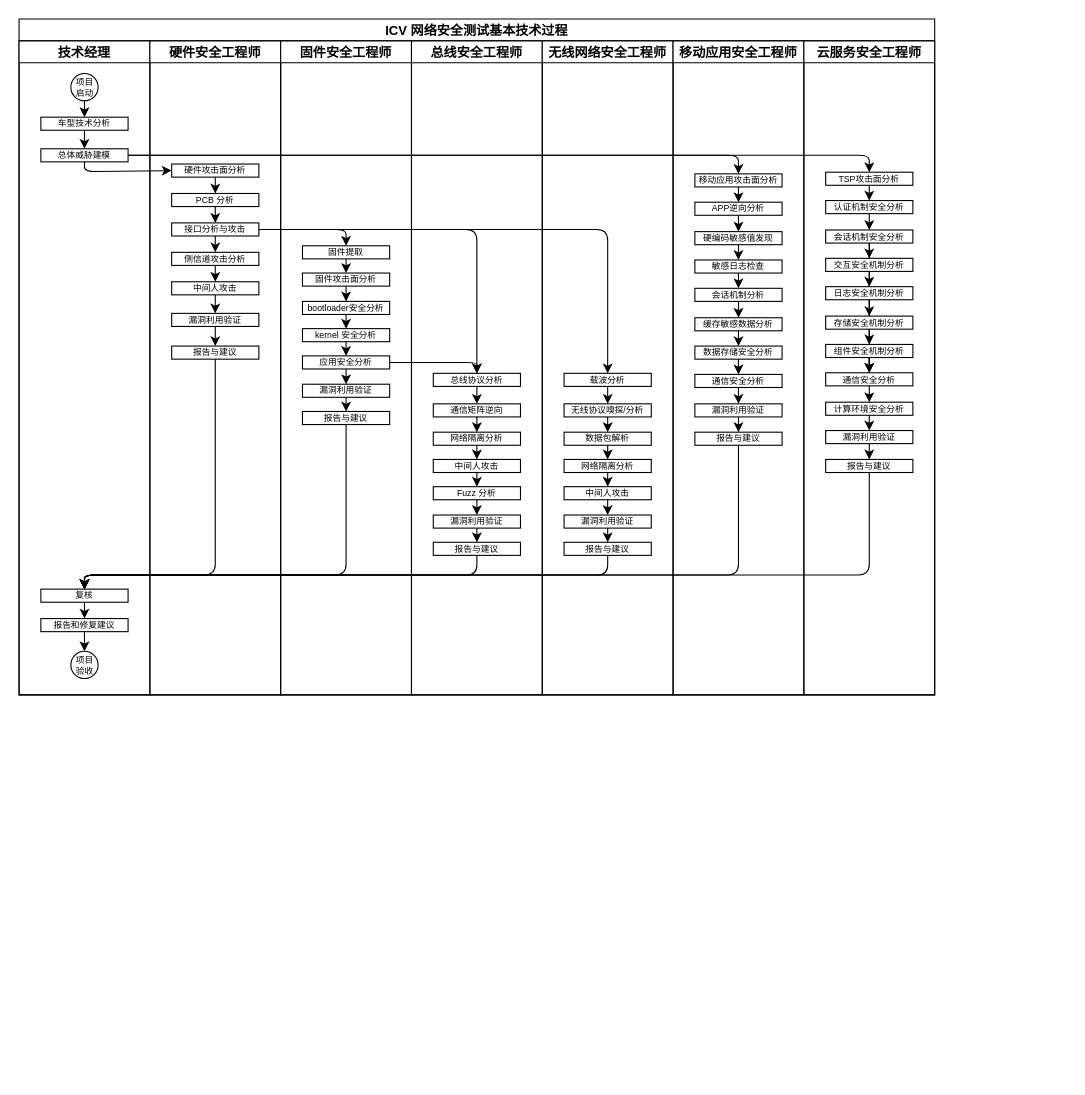
Above: courses/icv/lectures/作图/安全测试流程.drawio in hhhparty/security (draw.io), before the change. Source tidied: cells renumbered, new cells numbered last; positions are measured from the earlier drawing's top-left corner, leaving out a move shared by most shapes. Both pictures are drawn from the tidied source at 109%, with x=0, y=0 at pixel (19, 19).
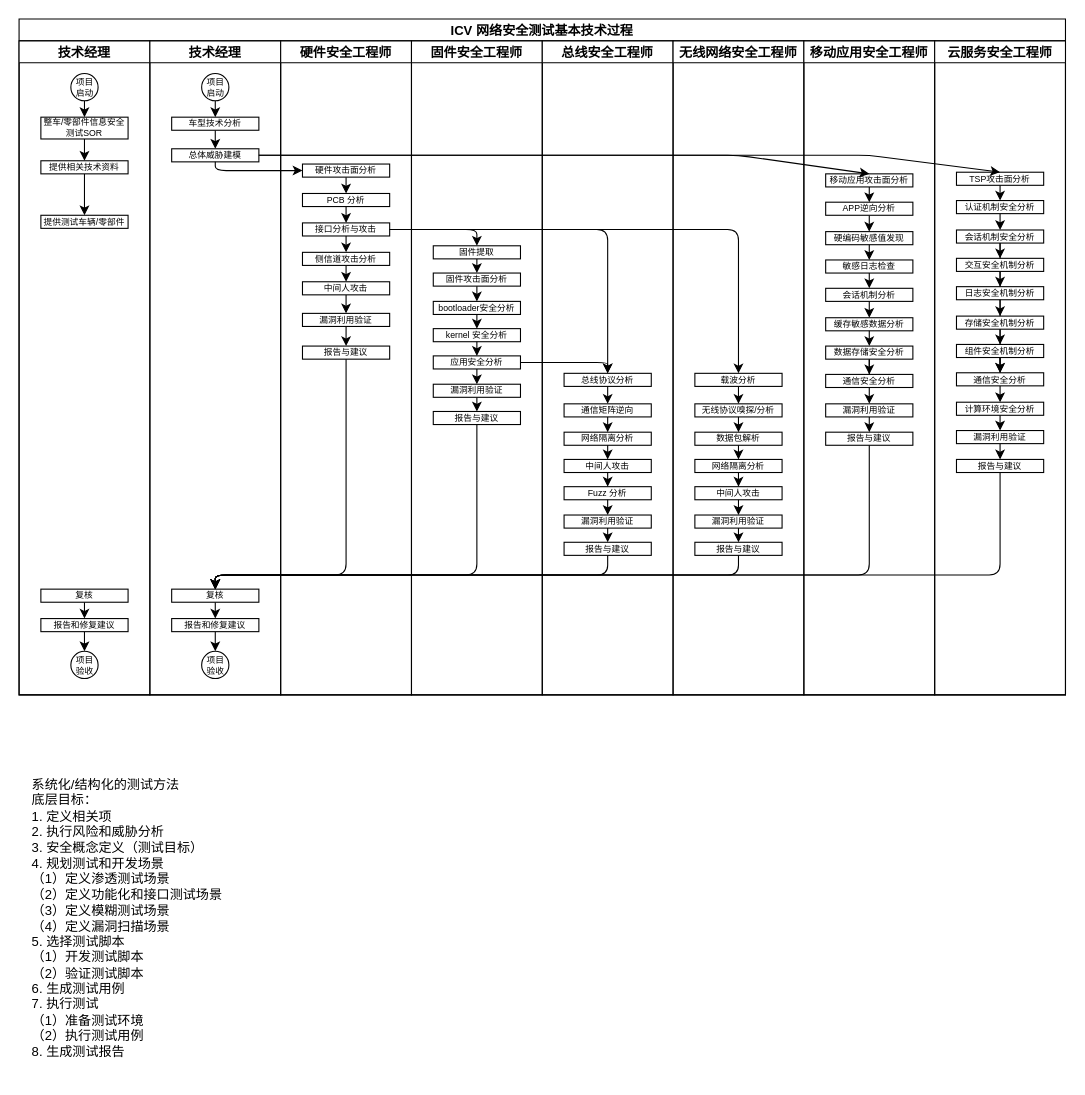
Above is the later version.

Unchanged cells that the change refers to:
```xml
<mxCell id="8" value="总体威胁建模" style="rounded=0;whiteSpace=wrap;html=1;fontSize=8;" parent="3" vertex="1">
  <mxGeometry x="20" y="99" width="80" height="12" as="geometry" />
</mxCell>
<mxCell id="10" value="复核" style="rounded=0;whiteSpace=wrap;html=1;fontSize=8;" parent="3" vertex="1">
  <mxGeometry x="20" y="503" width="80" height="12" as="geometry" />
</mxCell>
<mxCell id="16" value="硬件攻击面分析" style="rounded=0;whiteSpace=wrap;html=1;fontSize=8;" parent="14" vertex="1">
  <mxGeometry x="20" y="113" width="80" height="12" as="geometry" />
</mxCell>
<mxCell id="20" value="接口分析与攻击" style="rounded=0;whiteSpace=wrap;html=1;fontSize=8;" parent="14" vertex="1">
  <mxGeometry x="20" y="167" width="80" height="12" as="geometry" />
</mxCell>
<mxCell id="27" value="报告与建议" style="rounded=0;whiteSpace=wrap;html=1;fontSize=8;" parent="14" vertex="1">
  <mxGeometry x="20" y="280" width="80" height="12" as="geometry" />
</mxCell>
<mxCell id="29" value="固件提取" style="rounded=0;whiteSpace=wrap;html=1;fontSize=8;" parent="28" vertex="1">
  <mxGeometry x="20" y="188" width="80" height="12" as="geometry" />
</mxCell>
<mxCell id="36" value="应用安全分析" style="rounded=0;whiteSpace=wrap;html=1;fontSize=8;" parent="28" vertex="1">
  <mxGeometry x="20" y="289" width="80" height="12" as="geometry" />
</mxCell>
<mxCell id="41" value="报告与建议" style="rounded=0;whiteSpace=wrap;html=1;fontSize=8;" parent="28" vertex="1">
  <mxGeometry x="20" y="340" width="80" height="12" as="geometry" />
</mxCell>
<mxCell id="43" value="总线协议分析" style="rounded=0;whiteSpace=wrap;html=1;fontSize=8;" parent="42" vertex="1">
  <mxGeometry x="20" y="305" width="80" height="12" as="geometry" />
</mxCell>
<mxCell id="54" value="报告与建议" style="rounded=0;whiteSpace=wrap;html=1;fontSize=8;" parent="42" vertex="1">
  <mxGeometry x="20" y="460" width="80" height="12" as="geometry" />
</mxCell>
<mxCell id="57" value="载波分析" style="rounded=0;whiteSpace=wrap;html=1;fontSize=8;" parent="56" vertex="1">
  <mxGeometry x="20" y="305" width="80" height="12" as="geometry" />
</mxCell>
<mxCell id="68" value="报告与建议" style="rounded=0;whiteSpace=wrap;html=1;fontSize=8;" parent="56" vertex="1">
  <mxGeometry x="20" y="460" width="80" height="12" as="geometry" />
</mxCell>
<mxCell id="83" value="报告与建议" style="rounded=0;whiteSpace=wrap;html=1;fontSize=8;" parent="70" vertex="1">
  <mxGeometry x="20" y="359" width="80" height="12" as="geometry" />
</mxCell>
<mxCell id="114" value="报告与建议" style="rounded=0;whiteSpace=wrap;html=1;fontSize=8;" parent="91" vertex="1">
  <mxGeometry x="20" y="384" width="80" height="12" as="geometry" />
</mxCell>
```

What changed in the source:
```diff
@@
     <mxCell id="2" value="ICV 网络安全测试基本技术过程" style="swimlane;startSize=20;" parent="1" vertex="1">
-      <mxGeometry width="840" height="620" as="geometry" />
+      <mxGeometry width="960" height="620" as="geometry" />
     </mxCell>
+    <mxCell id="128" value="技术经理" style="swimlane;startSize=20;" parent="2" vertex="1">
+      <mxGeometry y="20" width="120" height="600" as="geometry" />
+    </mxCell>
+    <mxCell id="129" style="edgeStyle=none;html=1;exitX=0.5;exitY=1;exitDx=0;exitDy=0;fontSize=8;" parent="128" edge="1" source="130" target="132">
+      <mxGeometry relative="1" as="geometry" />
+    </mxCell>
+    <mxCell id="130" value="项目&lt;br style=&quot;font-size: 8px;&quot;&gt;启动" style="ellipse;whiteSpace=wrap;html=1;fontSize=8;" parent="128" vertex="1">
+      <mxGeometry x="47.5" y="30" width="25" height="25" as="geometry" />
+    </mxCell>
+    <mxCell id="131" style="edgeStyle=none;html=1;exitX=0.5;exitY=1;exitDx=0;exitDy=0;entryX=0.5;entryY=0;entryDx=0;entryDy=0;" parent="128" edge="1" source="132" target="140">
+      <mxGeometry relative="1" as="geometry" />
+    </mxCell>
+    <mxCell id="132" value="整车/零部件信息安全测试SOR" style="rounded=0;whiteSpace=wrap;html=1;fontSize=8;" parent="128" vertex="1">
+      <mxGeometry x="20" y="70" width="80" height="20" as="geometry" />
+    </mxCell>
+    <mxCell id="133" value="提供测试车辆/零部件" style="rounded=0;whiteSpace=wrap;html=1;fontSize=8;" parent="128" vertex="1">
+      <mxGeometry x="20" y="160" width="80" height="12" as="geometry" />
+    </mxCell>
+    <mxCell id="134" style="edgeStyle=none;html=1;exitX=0.5;exitY=1;exitDx=0;exitDy=0;entryX=0.5;entryY=0;entryDx=0;entryDy=0;fontSize=8;" parent="128" edge="1" source="135" target="137">
+      <mxGeometry relative="1" as="geometry" />
+    </mxCell>
+    <mxCell id="135" value="复核" style="rounded=0;whiteSpace=wrap;html=1;fontSize=8;" parent="128" vertex="1">
+      <mxGeometry x="20" y="503" width="80" height="12" as="geometry" />
+    </mxCell>
+    <mxCell id="136" style="edgeStyle=none;html=1;exitX=0.5;exitY=1;exitDx=0;exitDy=0;entryX=0.5;entryY=0;entryDx=0;entryDy=0;fontSize=8;" parent="128" edge="1" source="137" target="138">
+      <mxGeometry relative="1" as="geometry" />
+    </mxCell>
+    <mxCell id="137" value="报告和修复建议" style="rounded=0;whiteSpace=wrap;html=1;fontSize=8;" parent="128" vertex="1">
+      <mxGeometry x="20" y="530" width="80" height="12" as="geometry" />
+    </mxCell>
+    <mxCell id="138" value="项目&lt;br style=&quot;font-size: 8px&quot;&gt;验收" style="ellipse;whiteSpace=wrap;html=1;fontSize=8;" parent="128" vertex="1">
+      <mxGeometry x="47.5" y="560" width="25" height="25" as="geometry" />
+    </mxCell>
+    <mxCell id="139" style="edgeStyle=none;html=1;exitX=0.5;exitY=1;exitDx=0;exitDy=0;entryX=0.5;entryY=0;entryDx=0;entryDy=0;" parent="128" edge="1" source="140" target="133">
+      <mxGeometry relative="1" as="geometry" />
+    </mxCell>
+    <mxCell id="140" value="提供相关技术资料" style="rounded=0;whiteSpace=wrap;html=1;fontSize=8;" parent="128" vertex="1">
+      <mxGeometry x="20" y="110" width="80" height="12" as="geometry" />
+    </mxCell>
     <mxCell id="3" value="技术经理" style="swimlane;startSize=20;" parent="2" vertex="1">
-      <mxGeometry y="20" width="120" height="600" as="geometry" />
+      <mxGeometry x="120" y="20" width="120" height="600" as="geometry" />
     </mxCell>
@@
     <mxCell id="14" value="硬件安全工程师" style="swimlane;startSize=20;" parent="2" vertex="1">
-      <mxGeometry x="120" y="20" width="120" height="600" as="geometry" />
+      <mxGeometry x="240" y="20" width="120" height="600" as="geometry" />
     </mxCell>
@@
     <mxCell id="28" value="固件安全工程师" style="swimlane;startSize=20;" parent="2" vertex="1">
-      <mxGeometry x="240" y="20" width="120" height="600" as="geometry" />
+      <mxGeometry x="360" y="20" width="120" height="600" as="geometry" />
     </mxCell>
@@
     <mxCell id="42" value="总线安全工程师" style="swimlane;startSize=20;" parent="2" vertex="1">
-      <mxGeometry x="360" y="20" width="120" height="600" as="geometry" />
+      <mxGeometry x="480" y="20" width="120" height="600" as="geometry" />
     </mxCell>
@@
     <mxCell id="56" value="无线网络安全工程师" style="swimlane;startSize=20;" parent="2" vertex="1">
-      <mxGeometry x="480" y="20" width="120" height="600" as="geometry" />
+      <mxGeometry x="600" y="20" width="120" height="600" as="geometry" />
     </mxCell>
@@
     <mxCell id="70" value="移动应用安全工程师" style="swimlane;startSize=20;" parent="2" vertex="1">
-      <mxGeometry x="600" y="20" width="120" height="600" as="geometry" />
+      <mxGeometry x="720" y="20" width="120" height="600" as="geometry" />
     </mxCell>
@@
     <mxCell id="91" value="云服务安全工程师" style="swimlane;startSize=20;" parent="2" vertex="1">
-      <mxGeometry x="720" y="20" width="120" height="600" as="geometry" />
+      <mxGeometry x="840" y="20" width="120" height="600" as="geometry" />
     </mxCell>
@@
     <mxCell id="115" style="edgeStyle=none;html=1;exitX=0.5;exitY=1;exitDx=0;exitDy=0;entryX=0;entryY=0.5;entryDx=0;entryDy=0;fontSize=8;" parent="2" edge="1" source="8" target="16">
       <mxGeometry relative="1" as="geometry">
         <Array as="points">
-          <mxPoint x="60" y="140" />
+          <mxPoint x="180" y="139" />
         </Array>
       </mxGeometry>
     </mxCell>
     <mxCell id="116" style="edgeStyle=none;html=1;exitX=1;exitY=0.5;exitDx=0;exitDy=0;entryX=0.5;entryY=0;entryDx=0;entryDy=0;fontSize=8;" parent="2" edge="1" source="20" target="29">
       <mxGeometry relative="1" as="geometry">
         <Array as="points">
-          <mxPoint x="300" y="193" />
+          <mxPoint x="420" y="193" />
         </Array>
       </mxGeometry>
     </mxCell>
     <mxCell id="117" style="edgeStyle=none;html=1;exitX=1;exitY=0.5;exitDx=0;exitDy=0;entryX=0.5;entryY=0;entryDx=0;entryDy=0;fontSize=8;" parent="2" edge="1" source="20" target="43">
       <mxGeometry relative="1" as="geometry">
         <Array as="points">
           <mxPoint x="420" y="193" />
+          <mxPoint x="540" y="193" />
         </Array>
       </mxGeometry>
     </mxCell>
     <mxCell id="118" style="edgeStyle=none;html=1;exitX=1;exitY=0.5;exitDx=0;exitDy=0;entryX=0.5;entryY=0;entryDx=0;entryDy=0;fontSize=8;" parent="2" edge="1" source="36" target="43">
       <mxGeometry relative="1" as="geometry">
         <Array as="points">
-          <mxPoint x="420" y="315" />
+          <mxPoint x="540" y="315" />
         </Array>
       </mxGeometry>
     </mxCell>
     <mxCell id="119" style="edgeStyle=none;html=1;exitX=1;exitY=0.5;exitDx=0;exitDy=0;entryX=0.5;entryY=0;entryDx=0;entryDy=0;fontSize=8;" parent="2" edge="1" source="20" target="57">
       <mxGeometry relative="1" as="geometry">
         <Array as="points">
           <mxPoint x="540" y="193" />
+          <mxPoint x="660" y="193" />
         </Array>
       </mxGeometry>
     </mxCell>
@@
     <mxCell id="122" style="edgeStyle=none;html=1;exitX=0.5;exitY=1;exitDx=0;exitDy=0;entryX=0.5;entryY=0;entryDx=0;entryDy=0;fontSize=8;" parent="2" edge="1" source="27" target="10">
       <mxGeometry relative="1" as="geometry">
         <Array as="points">
+          <mxPoint x="300" y="510" />
           <mxPoint x="180" y="510" />
-          <mxPoint x="60" y="510" />
         </Array>
       </mxGeometry>
     </mxCell>
     <mxCell id="123" style="edgeStyle=none;html=1;exitX=0.5;exitY=1;exitDx=0;exitDy=0;entryX=0.5;entryY=0;entryDx=0;entryDy=0;fontSize=8;" parent="2" edge="1" source="41" target="10">
       <mxGeometry relative="1" as="geometry">
         <Array as="points">
+          <mxPoint x="420" y="510" />
           <mxPoint x="300" y="510" />
-          <mxPoint x="60" y="510" />
+          <mxPoint x="180" y="510" />
         </Array>
       </mxGeometry>
     </mxCell>
     <mxCell id="124" style="edgeStyle=none;html=1;exitX=0.5;exitY=1;exitDx=0;exitDy=0;fontSize=8;entryX=0.5;entryY=0;entryDx=0;entryDy=0;" parent="2" edge="1" source="54" target="10">
       <mxGeometry relative="1" as="geometry">
         <Array as="points">
+          <mxPoint x="540" y="510" />
           <mxPoint x="420" y="510" />
-          <mxPoint x="60" y="510" />
+          <mxPoint x="180" y="510" />
         </Array>
       </mxGeometry>
     </mxCell>
     <mxCell id="125" style="edgeStyle=none;html=1;exitX=0.5;exitY=1;exitDx=0;exitDy=0;fontSize=8;entryX=0.5;entryY=0;entryDx=0;entryDy=0;" parent="2" edge="1" source="68" target="10">
       <mxGeometry relative="1" as="geometry">
         <Array as="points">
+          <mxPoint x="660" y="510" />
           <mxPoint x="540" y="510" />
-          <mxPoint x="60" y="510" />
+          <mxPoint x="180" y="510" />
         </Array>
       </mxGeometry>
     </mxCell>
     <mxCell id="126" style="edgeStyle=none;html=1;exitX=0.5;exitY=1;exitDx=0;exitDy=0;fontSize=8;entryX=0.5;entryY=0;entryDx=0;entryDy=0;" parent="2" edge="1" source="83" target="10">
       <mxGeometry relative="1" as="geometry">
         <Array as="points">
+          <mxPoint x="780" y="510" />
           <mxPoint x="660" y="510" />
-          <mxPoint x="60" y="510" />
+          <mxPoint x="180" y="510" />
         </Array>
       </mxGeometry>
     </mxCell>
     <mxCell id="127" style="edgeStyle=none;html=1;exitX=0.5;exitY=1;exitDx=0;exitDy=0;fontSize=8;entryX=0.5;entryY=0;entryDx=0;entryDy=0;" parent="2" edge="1" source="114" target="10">
       <mxGeometry relative="1" as="geometry">
         <Array as="points">
+          <mxPoint x="900" y="510" />
           <mxPoint x="780" y="510" />
-          <mxPoint x="60" y="510" />
+          <mxPoint x="180" y="510" />
         </Array>
       </mxGeometry>
     </mxCell>
+    <mxCell id="141" value="系统化/结构化的测试方法&lt;br&gt;底层目标：&lt;br&gt;1. 定义相关项&lt;br&gt;2. 执行风险和威胁分析&lt;br&gt;3. 安全概念定义（测试目标）&lt;br&gt;4. 规划测试和开发场景&lt;br&gt;（1）定义渗透测试场景&lt;br&gt;（2）定义功能化和接口测试场景&lt;br&gt;（3）定义模糊测试场景&lt;br&gt;（4）定义漏洞扫描场景&lt;br&gt;5. 选择测试脚本&lt;br&gt;（1）开发测试脚本&lt;br&gt;（2）验证测试脚本&lt;br&gt;6. 生成测试用例&lt;br&gt;7. 执行测试&lt;br&gt;（1）准备测试环境&lt;br&gt;（2）执行测试用例&lt;br&gt;8. 生成测试报告" style="text;html=1;strokeColor=none;fillColor=none;align=left;verticalAlign=middle;whiteSpace=wrap;rounded=0;" parent="1" vertex="1">
+      <mxGeometry x="10" y="680" width="240" height="290" as="geometry" />
+    </mxCell>
```
